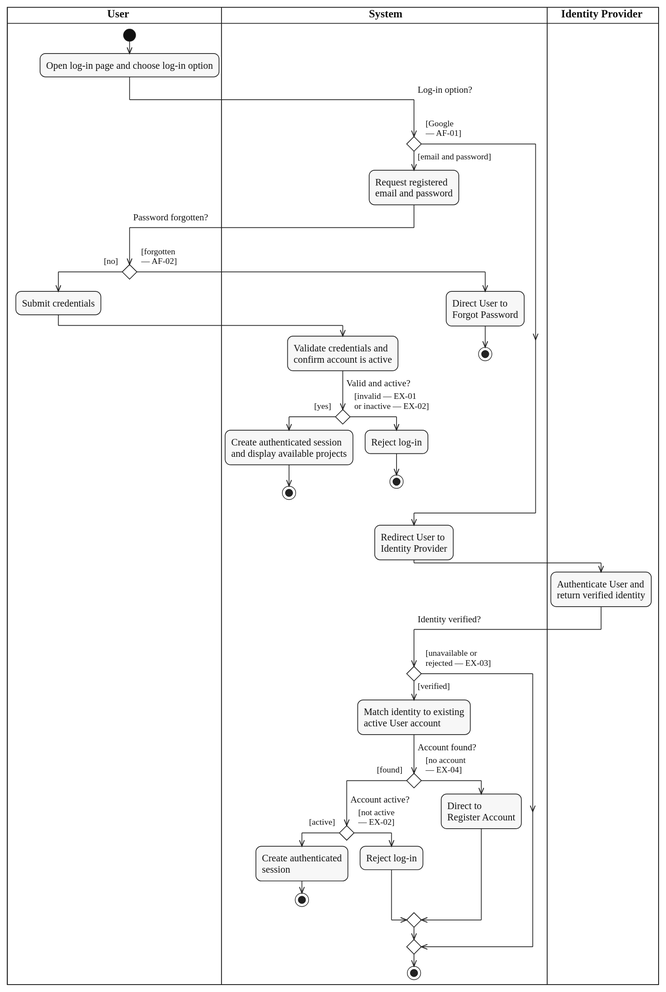
This is diagrams/activity/account-authentication/svg/UC-SIGN-IN.svg from lukenab/swd392-doc-automation, a PlantUML export, as it was before one commit. Its source is kept beside it as diagrams/activity/account-authentication/source/UC-SIGN-IN.puml.
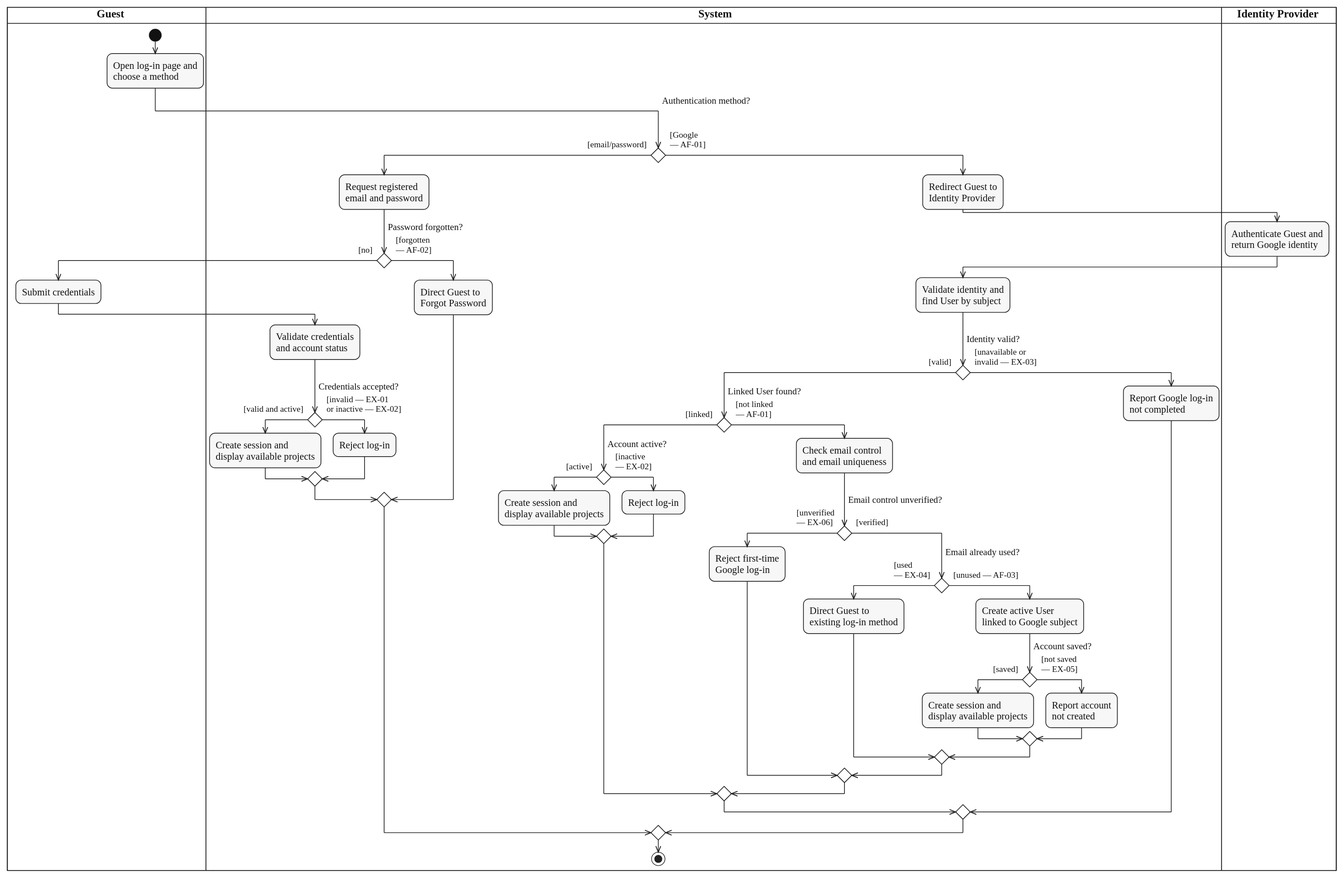
After the change.

Diff of the diagram source:
```diff
@@ -1,61 +1,79 @@
 @startuml UC-SIGN-IN
 !include ../../_shared/activity-style.puml
-|USR| $lane_title("User")
+|GST| $lane_title("Guest")
 |SYS| $lane_title("System")
 |IDP| $lane_title("Identity Provider")
 
-|USR|
+|GST|
 start
-:Open log-in page and choose log-in option;
+:Open log-in page and
+choose a method;
 |SYS|
-if ($question_x("Log-in option?")) then ($guard_left("[email and password]"))
+if ($question_x("Authentication method?")) then ($guard_left("[email/password]"))
   :Request registered
   email and password;
-  |USR|
-  if ($question_x("Password forgotten?")) then ($guard_left("[no]"))
+  if ($question("Password forgotten?")) then ($guard_left("[no]"))
+    |GST|
     :Submit credentials;
     |SYS|
-    :Validate credentials and
-    confirm account is active;
-    if ($question("Valid and active?")) then ($guard_left("[yes]"))
-      :Create authenticated session
-      and display available projects;
-      stop
+    :Validate credentials
+    and account status;
+    if ($question("Credentials accepted?")) then ($guard_left("[valid and active]"))
+      :Create session and
+      display available projects;
     else ($guard_right("[invalid — EX-01", "or inactive — EX-02]"))
       :Reject log-in;
-      stop
     endif
   else ($guard_right("[forgotten", "— AF-02]"))
     |SYS|
-    :Direct User to
+    :Direct Guest to
     Forgot Password;
-    stop
   endif
 else ($guard_right("[Google", "— AF-01]"))
-endif
 |SYS|
-:Redirect User to
+:Redirect Guest to
 Identity Provider;
 |IDP|
-:Authenticate User and
-return verified identity;
+:Authenticate Guest and
+return Google identity;
 |SYS|
-if ($question_x("Identity verified?")) then ($guard_left("[verified]"))
-  :Match identity to existing
-  active User account;
-  if ($question("Account found?")) then ($guard_left("[found]"))
+:Validate identity and
+find User by subject;
+if ($question("Identity valid?")) then ($guard_left("[valid]"))
+  if ($question("Linked User found?")) then ($guard_left("[linked]"))
     if ($question("Account active?")) then ($guard_left("[active]"))
-      :Create authenticated
-      session;
-      stop
-    else ($guard_right("[not active", "— EX-02]"))
+      :Create session and
+      display available projects;
+    else ($guard_right("[inactive", "— EX-02]"))
       :Reject log-in;
     endif
-  else ($guard_right("[no account", "— EX-04]"))
-    :Direct to
-    Register Account;
+  else ($guard_right("[not linked", "— AF-01]"))
+  :Check email control
+  and email uniqueness;
+  if ($question("Email control unverified?")) then ($guard_left("[unverified\n— EX-06]"))
+    :Reject first-time
+    Google log-in;
+  else ($guard("[verified]"))
+    if ($question("Email already used?")) then ($guard_left("[used\n— EX-04]"))
+      :Direct Guest to
+      existing log-in method;
+    else ($guard("[unused — AF-03]"))
+      :Create active User
+      linked to Google subject;
+      if ($question("Account saved?")) then ($guard_left("[saved]"))
+        :Create session and
+        display available projects;
+      else ($guard_right("[not saved", "— EX-05]"))
+        :Report account
+        not created;
+      endif
+    endif
   endif
-else ($guard_right("[unavailable or", "rejected — EX-03]"))
+  endif
+else ($guard_right("[unavailable or", "invalid — EX-03]"))
+  :Report Google log-in
+  not completed;
+endif
 endif
 |SYS|
 stop
```
